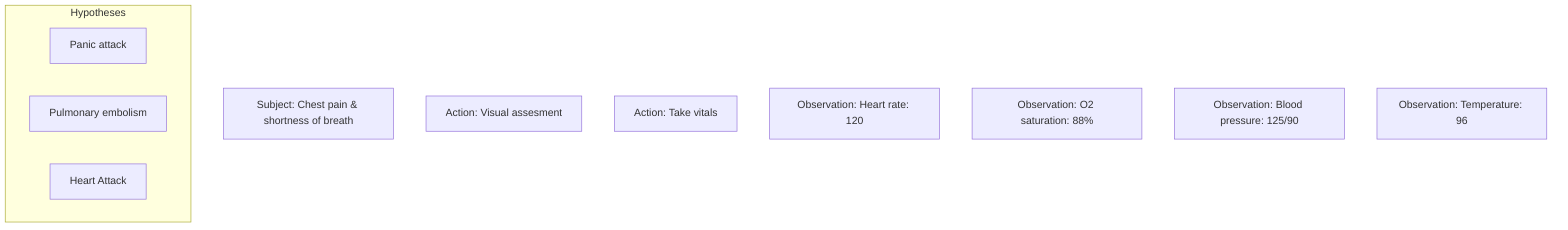
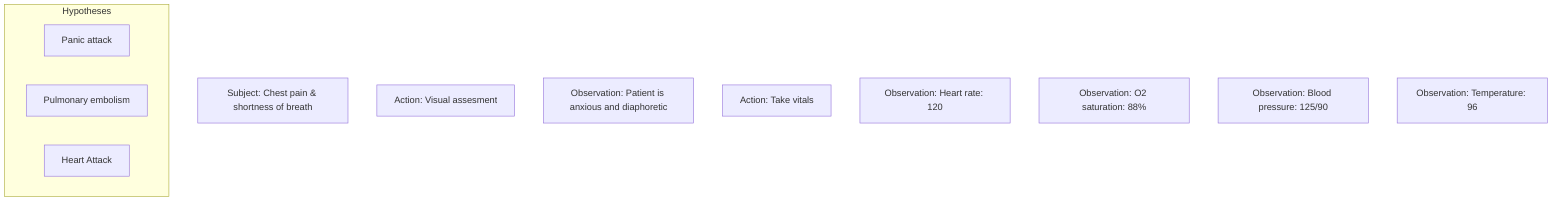
flowchart TD
  S["Subject: Chest pain & shortness of breath"]
  A1["Action: Visual assesment"]
+   O5["Observation: Patient is anxious and diaphoretic"]
  A2["Action: Take vitals"]
  O1["Observation: Heart rate: 120"]
  O2["Observation: O2 saturation: 88%"]
  O3["Observation: Blood pressure: 125/90"]
  O4["Observation: Temperature: 96"]

subgraph Hypotheses
  H1["Panic attack"]
  H2["Pulmonary embolism"]
  H3["Heart Attack"]
end

